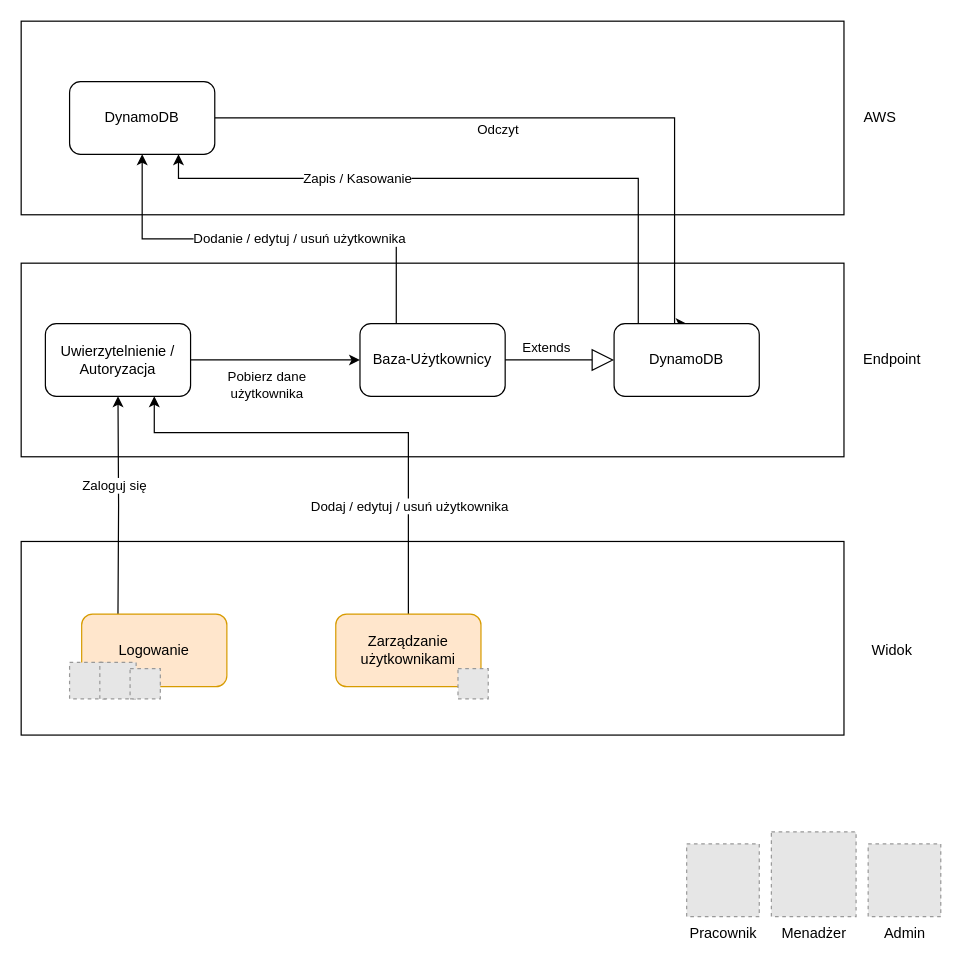
The draw.io diagram page "Logowanie / Zarządzanie Użytkownikami" (1 of 3) of Logowanie/ZarządzanieUrzytkownikami.drawio in Drucia/AWS-Rzeczy, before the edit. Source tidied: cells renumbered, new cells numbered last; positions are measured from the earlier drawing's top-left corner, leaving out a move shared by most shapes. Both pictures are drawn from the tidied source at 121%, with x=0, y=0 at pixel (21, 21). Pictures stored in the file or linked from it are replaced by grey dashed boxes.
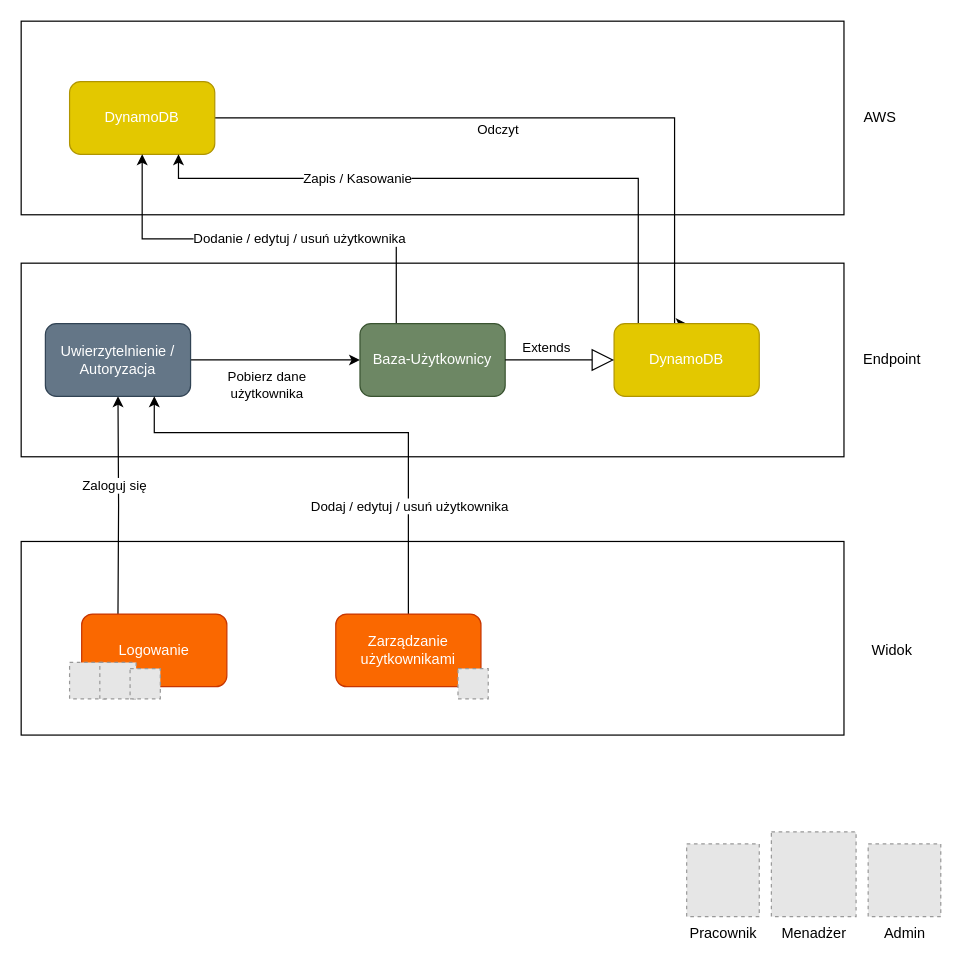
The same page after the edit.

Change to the diagram source:
```diff
@@
-    <mxCell id="10" value="Logowanie" style="rounded=1;whiteSpace=wrap;html=1;fillColor=#ffe6cc;strokeColor=#d79b00;" parent="1" vertex="1">
+    <mxCell id="10" value="Logowanie" style="rounded=1;whiteSpace=wrap;html=1;fillColor=#fa6800;strokeColor=#C73500;fontColor=#ffffff;" parent="1" vertex="1">
       <mxGeometry x="50" y="490" width="120" height="60" as="geometry" />
     </mxCell>
@@
-    <mxCell id="13" value="Uwierzytelnienie / Autoryzacja" style="rounded=1;whiteSpace=wrap;html=1;" parent="1" vertex="1">
+    <mxCell id="13" value="Uwierzytelnienie / Autoryzacja" style="rounded=1;whiteSpace=wrap;html=1;fillColor=#647687;strokeColor=#314354;fontColor=#ffffff;" parent="1" vertex="1">
       <mxGeometry x="20" y="250" width="120" height="60" as="geometry" />
     </mxCell>
@@
-    <mxCell id="16" value="DynamoDB" style="rounded=1;whiteSpace=wrap;html=1;" parent="1" vertex="1">
+    <mxCell id="16" value="DynamoDB" style="rounded=1;whiteSpace=wrap;html=1;fillColor=#e3c800;strokeColor=#B09500;fontColor=#ffffff;" parent="1" vertex="1">
       <mxGeometry x="40" y="50" width="120" height="60" as="geometry" />
     </mxCell>
@@
-    <mxCell id="19" value="Zarządzanie użytkownikami" style="rounded=1;whiteSpace=wrap;html=1;fillColor=#ffe6cc;strokeColor=#d79b00;" parent="1" vertex="1">
+    <mxCell id="19" value="Zarządzanie użytkownikami" style="rounded=1;whiteSpace=wrap;html=1;fillColor=#fa6800;strokeColor=#C73500;fontColor=#ffffff;" parent="1" vertex="1">
       <mxGeometry x="260" y="490" width="120" height="60" as="geometry" />
     </mxCell>
@@
-    <mxCell id="22" value="Baza-Użytkownicy" style="rounded=1;whiteSpace=wrap;html=1;" parent="1" vertex="1">
+    <mxCell id="22" value="Baza-Użytkownicy" style="rounded=1;whiteSpace=wrap;html=1;fillColor=#6d8764;strokeColor=#3A5431;fontColor=#ffffff;" parent="1" vertex="1">
       <mxGeometry x="280" y="250" width="120" height="60" as="geometry" />
     </mxCell>
@@
-    <mxCell id="25" value="DynamoDB" style="rounded=1;whiteSpace=wrap;html=1;" parent="1" vertex="1">
+    <mxCell id="25" value="DynamoDB" style="rounded=1;whiteSpace=wrap;html=1;fillColor=#e3c800;strokeColor=#B09500;fontColor=#ffffff;" parent="1" vertex="1">
       <mxGeometry x="490" y="250" width="120" height="60" as="geometry" />
     </mxCell>
```
